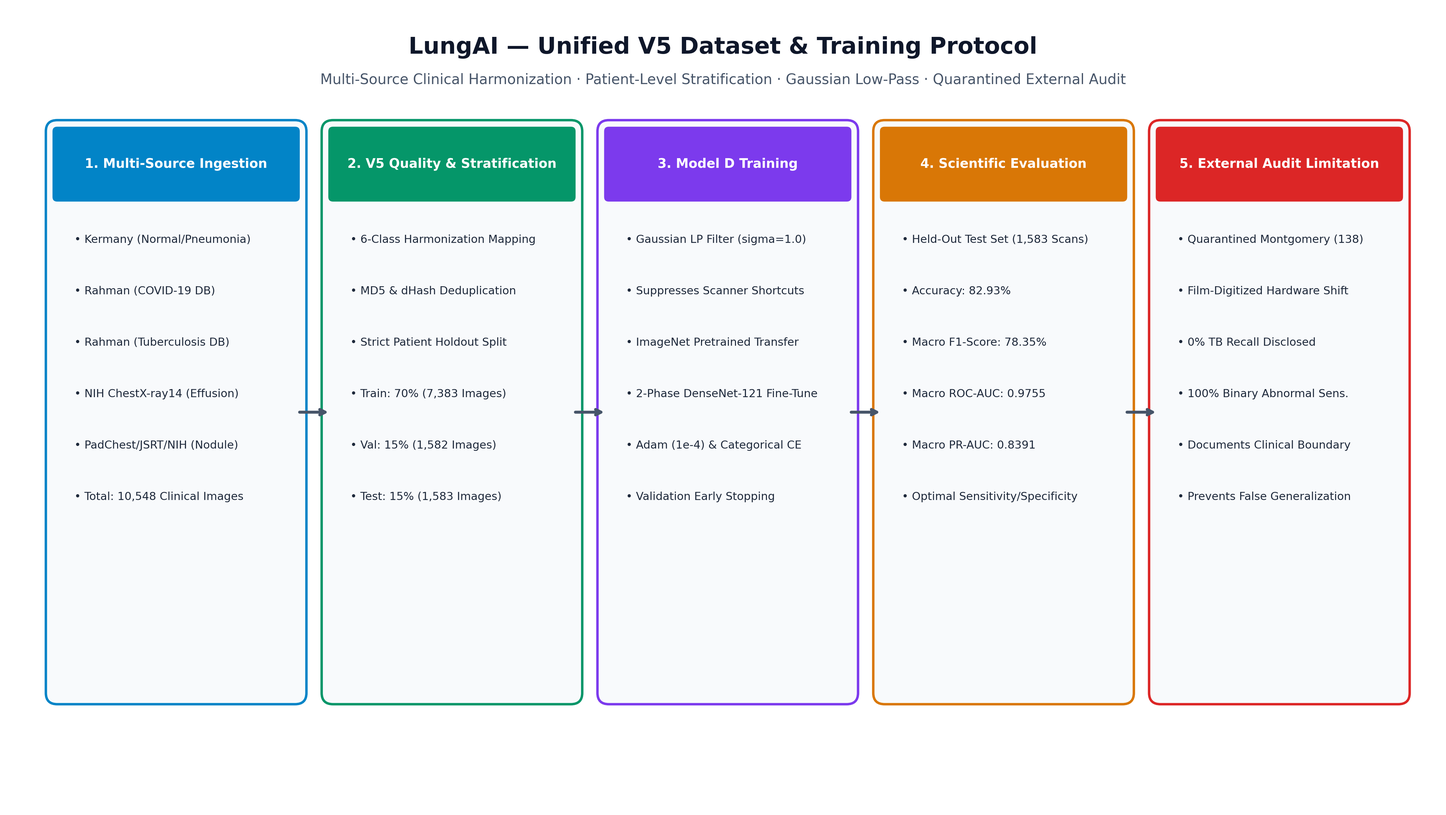
KSathwik/Lung_Disease_Detector keeps this Mermaid diagram as docs/diagrams/rendered/dataset_training_pipeline.png. Above is the earlier version. Its source is kept beside it as docs/diagrams/source/dataset_training_pipeline.mmd.
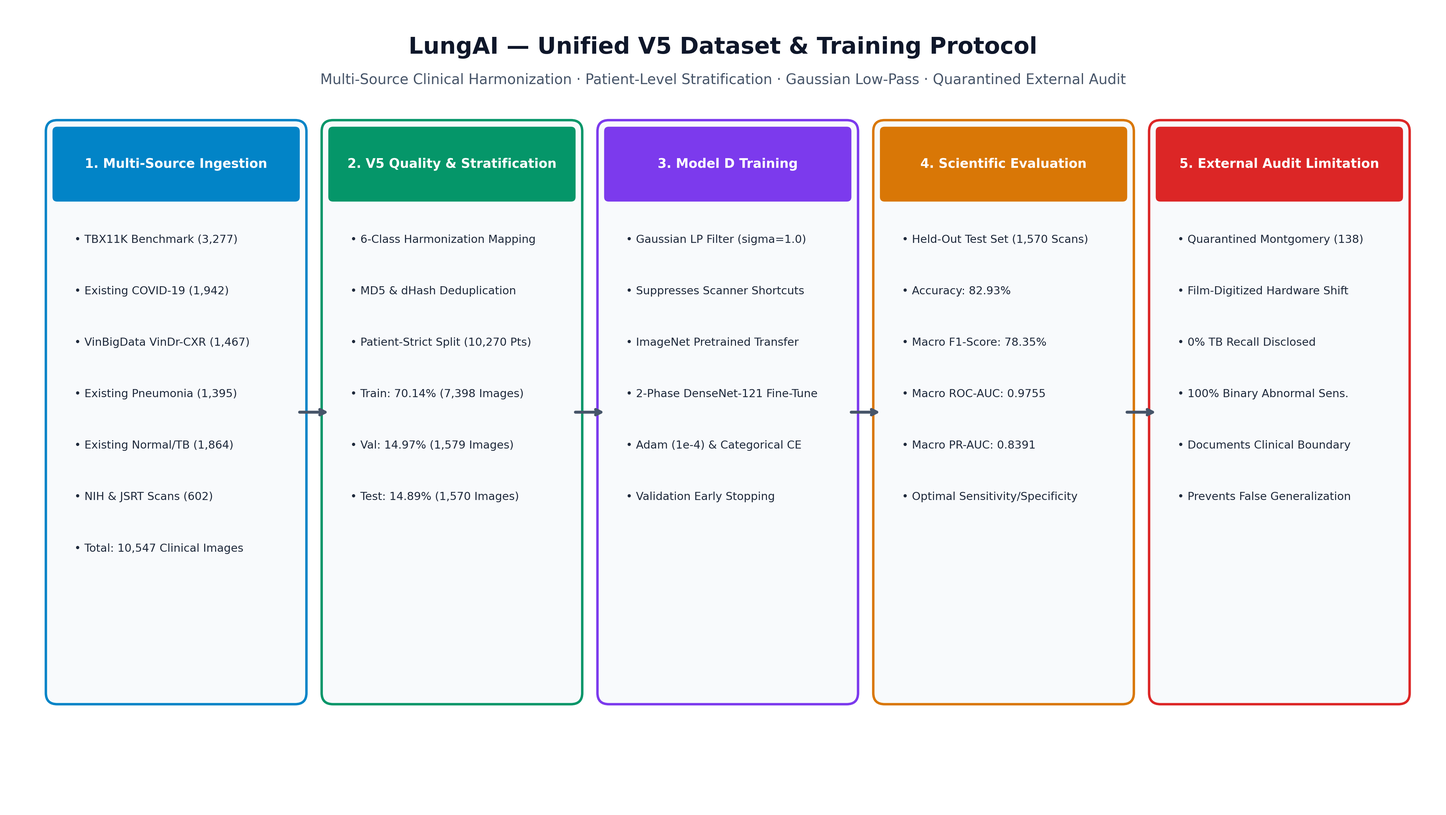
The same diagram one commit later.

Change to the diagram source:
```diff
@@ -1,16 +1,17 @@
 flowchart TD
-    subgraph Data_Sources ["Multi-Source Benchmark Acquisition (10,548 Clinical Images)"]
-        S1["Kermany et al. (ChestX-ray)<br/>Normal (1,583) &bull; Pneumonia (4,273)"]
-        S2["Rahman et al. (COVID-19 DB)<br/>COVID-19 (3,616)"]
-        S3["Rahman et al. (TB Database)<br/>Tuberculosis (700)"]
-        S4["NIH ChestX-ray14 & BIMCV<br/>Pleural Effusion (188)"]
-        S5["PadChest / JSRT / NIH<br/>Pulmonary Nodule / Mass (188)"]
+    subgraph Data_Sources ["Multi-Source Benchmark Acquisition (10,547 Clinical Images)"]
+        S1["TBX11K Benchmark (3,277)<br/>Tuberculosis &bull; Normal"]
+        S2["Existing COVID-19 Cohort (1,942)<br/>COVID-19 Radiographs"]
+        S3["VinBigData VinDr-CXR (1,467)<br/>Pleural Effusion &bull; Pulmonary Nodule / Mass"]
+        S4["Existing Pneumonia Cohort (1,395)<br/>Bacterial &bull; Viral Pneumonia"]
+        S5["Existing Normal (1,199) &bull; Existing TB (665)<br/>Standard CXR Controls & Mycobacterial Scans"]
+        S6["NIH ChestX-ray14 (457) &bull; JSRT (145)<br/>Effusion &bull; Nodule/Mass Ground Truth"]
     end
 
     subgraph Unified_Manifest_V5 ["V5 Dataset Harmonization & Quality Control"]
         Harmonize["6-Class Target Mapping<br/>COVID-19 &bull; Normal &bull; Pleural Effusion<br/>Pneumonia &bull; Pulmonary Nodule/Mass &bull; TB"]
         Dedup["Exact & Perceptual Deduplication<br/>MD5 Hashing &bull; 64-bit dHash Analysis"]
-        Split["Patient-Strict Stratified Holdout Split<br/>Train: 70% (7,383) &bull; Val: 15% (1,582) &bull; Test: 15% (1,583)"]
+        Split["Patient-Strict Stratified Holdout Split (10,270 Patients)<br/>Train: 70.14% (7,398) &bull; Val: 14.97% (1,579) &bull; Test: 14.89% (1,570)"]
     end
 
     subgraph Frequency_Preprocessing ["Domain Shift Mitigation (Model D Protocol)"]
@@ -24,11 +25,11 @@
     end
 
     subgraph Scientific_Evaluation ["Verification & Domain Shift Assessment"]
-        TestMetrics["Held-Out Test Set Performance (1,583 Images)<br/>Accuracy: 82.93% &bull; Macro F1: 78.35%<br/>Macro ROC-AUC: 0.9755 &bull; Macro PR-AUC: 0.8391"]
+        TestMetrics["Held-Out Test Set Performance (1,570 Images)<br/>Accuracy: 82.93% &bull; Macro F1: 78.35%<br/>Macro ROC-AUC: 0.9755 &bull; Macro PR-AUC: 0.8391"]
         ExtAudit["Quarantined Montgomery External Audit (138 Scans)<br/>Sensor-Shift Vulnerability Disclosed<br/>0% TB Recall on Film Scans &bull; 100% Binary Abnormal Sensitivity"]
     end
 
-    S1 & S2 & S3 & S4 & S5 --> Harmonize
+    S1 & S2 & S3 & S4 & S5 & S6 --> Harmonize
     Harmonize --> Dedup
     Dedup --> Split
     Split --> LPFilter
```
